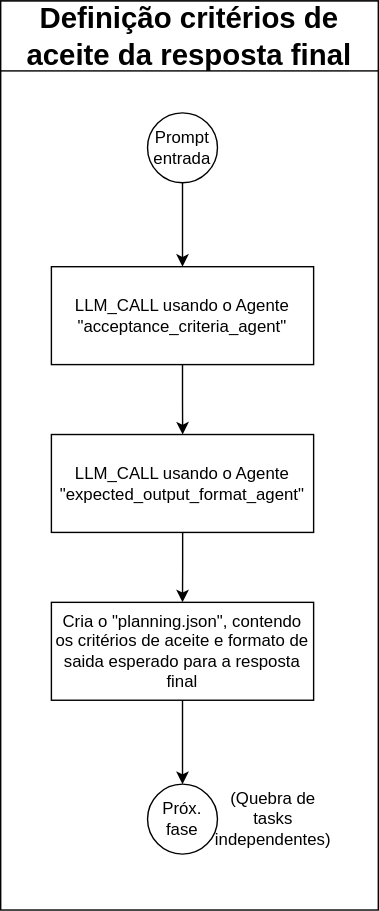
Earlier version of the draw.io export docs/entregas/paper_v2/diagrmas_svg/Definição critérios de aceite da resposta final.svg (TCC-FEI-Harness-IA/AI-Harness-Beyond-Software-Engineering). Source tidied: cells renumbered, new cells last; positions are measured from the earlier drawing's top-left corner, leaving out a move shared by most shapes. Its diagram source:
```xml
<mxGraphModel>
  <root>
    <mxCell id="0" />
    <mxCell id="1" parent="0" />
    <mxCell id="2" style="rounded=0;whiteSpace=wrap;html=1;fillColor=none;" parent="1" vertex="1">
      <mxGeometry width="270" height="650" as="geometry" />
    </mxCell>
    <mxCell id="3" value="&lt;b&gt;&lt;font style=&quot;font-size: 21px;&quot;&gt;Definição critérios de aceite da resposta final&lt;/font&gt;&lt;/b&gt;" style="rounded=0;whiteSpace=wrap;html=1;" parent="1" vertex="1">
      <mxGeometry width="270" height="50" as="geometry" />
    </mxCell>
    <mxCell id="4" style="edgeStyle=orthogonalEdgeStyle;rounded=0;jettySize=auto;html=1;" parent="1" edge="1" source="5">
      <mxGeometry relative="1" as="geometry">
        <mxPoint x="130" y="190" as="targetPoint" />
      </mxGeometry>
    </mxCell>
    <mxCell id="5" value="Prompt entrada" style="ellipse;whiteSpace=wrap;html=1;" parent="1" vertex="1">
      <mxGeometry x="105" y="80" width="50" height="50" as="geometry" />
    </mxCell>
    <mxCell id="6" style="edgeStyle=orthogonalEdgeStyle;rounded=0;jettySize=auto;html=1;" parent="1" edge="1" target="11">
      <mxGeometry relative="1" as="geometry">
        <mxPoint x="130" y="260" as="sourcePoint" />
      </mxGeometry>
    </mxCell>
    <mxCell id="7" style="edgeStyle=orthogonalEdgeStyle;rounded=0;jettySize=auto;html=1;" parent="1" edge="1" target="8">
      <mxGeometry relative="1" as="geometry">
        <mxPoint x="130" y="500" as="sourcePoint" />
      </mxGeometry>
    </mxCell>
    <mxCell id="8" value="Próx. fase" style="ellipse;whiteSpace=wrap;html=1;" parent="1" vertex="1">
      <mxGeometry x="105" y="560" width="50" height="50" as="geometry" />
    </mxCell>
    <mxCell id="9" value="(Quebra de tasks independentes)" style="text;html=1;whiteSpace=wrap;strokeColor=none;fillColor=none;align=center;verticalAlign=middle;rounded=0;" parent="1" vertex="1">
      <mxGeometry x="155" y="550" width="80" height="70" as="geometry" />
    </mxCell>
    <mxCell id="10" style="edgeStyle=orthogonalEdgeStyle;rounded=0;jettySize=auto;html=1;" parent="1" edge="1" source="11">
      <mxGeometry relative="1" as="geometry">
        <mxPoint x="130" y="430" as="targetPoint" />
      </mxGeometry>
    </mxCell>
    <mxCell id="11" value="LLM_CALL usando o Agente &quot;expected_output_format_agent&quot;" style="rounded=0;whiteSpace=wrap;html=1;" parent="1" vertex="1">
      <mxGeometry x="36.2" y="310" width="187.5" height="70" as="geometry" />
    </mxCell>
    <mxCell id="12" value="LLM_CALL usando o Agente &quot;acceptance_criteria_agent&quot;" style="rounded=0;whiteSpace=wrap;html=1;" parent="1" vertex="1">
      <mxGeometry x="36.2" y="190" width="187.5" height="70" as="geometry" />
    </mxCell>
    <mxCell id="13" value="Cria o &quot;&lt;span style=&quot;color: light-dark(rgb(0, 0, 0), rgb(255, 255, 255)); background-color: transparent; text-align: left;&quot;&gt;planning.json&lt;/span&gt;&lt;span style=&quot;color: light-dark(rgb(0, 0, 0), rgb(255, 255, 255)); background-color: transparent;&quot;&gt;&quot;, contendo os critérios de aceite e formato de saida esperado para a resposta final&lt;/span&gt;" style="rounded=0;whiteSpace=wrap;html=1;" parent="1" vertex="1">
      <mxGeometry x="36.2" y="430" width="187.5" height="70" as="geometry" />
    </mxCell>
  </root>
</mxGraphModel>
```
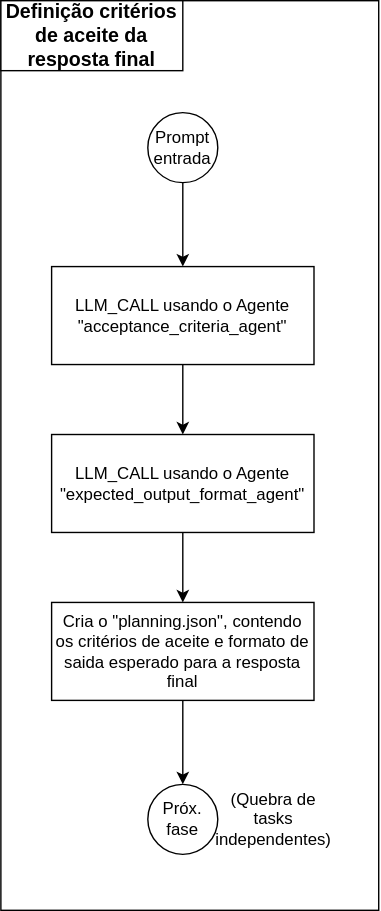
After the change.

What changed in the source:
```diff
@@ -2,41 +2,41 @@
   <root>
     <mxCell id="0" />
     <mxCell id="1" parent="0" />
-    <mxCell id="2" style="rounded=0;whiteSpace=wrap;html=1;fillColor=none;" parent="1" vertex="1">
-      <mxGeometry width="270" height="650" as="geometry" />
-    </mxCell>
+    <mxCell id="14" style="rounded=0;whiteSpace=wrap;html=1;fillColor=none;" parent="1" vertex="1">
+      <mxGeometry width="270" height="650" as="geometry" />
+    </mxCell>
-    <mxCell id="3" value="&lt;b&gt;&lt;font style=&quot;font-size: 21px;&quot;&gt;Definição critérios de aceite da resposta final&lt;/font&gt;&lt;/b&gt;" style="rounded=0;whiteSpace=wrap;html=1;" parent="1" vertex="1">
-      <mxGeometry width="270" height="50" as="geometry" />
+    <mxCell id="3" value="&lt;b&gt;&lt;font style=&quot;font-size: 14px;&quot;&gt;Definição critérios de aceite da resposta final&lt;/font&gt;&lt;/b&gt;" style="rounded=0;whiteSpace=wrap;html=1;" parent="1" vertex="1">
+      <mxGeometry width="130" height="50" as="geometry" />
     </mxCell>
-    <mxCell id="4" style="edgeStyle=orthogonalEdgeStyle;rounded=0;jettySize=auto;html=1;" parent="1" edge="1" source="5">
-      <mxGeometry relative="1" as="geometry">
-        <mxPoint x="130" y="190" as="targetPoint" />
-      </mxGeometry>
-    </mxCell>
+    <mxCell id="15" style="edgeStyle=orthogonalEdgeStyle;rounded=0;jettySize=auto;html=1;" parent="1" edge="1" source="5">
+      <mxGeometry relative="1" as="geometry">
+        <mxPoint x="130" y="190" as="targetPoint" />
+      </mxGeometry>
+    </mxCell>
     <mxCell id="5" value="Prompt entrada" style="ellipse;whiteSpace=wrap;html=1;" parent="1" vertex="1">
       <mxGeometry x="105" y="80" width="50" height="50" as="geometry" />
     </mxCell>
-    <mxCell id="6" style="edgeStyle=orthogonalEdgeStyle;rounded=0;jettySize=auto;html=1;" parent="1" edge="1" target="11">
-      <mxGeometry relative="1" as="geometry">
-        <mxPoint x="130" y="260" as="sourcePoint" />
-      </mxGeometry>
-    </mxCell>
-    <mxCell id="7" style="edgeStyle=orthogonalEdgeStyle;rounded=0;jettySize=auto;html=1;" parent="1" edge="1" target="8">
-      <mxGeometry relative="1" as="geometry">
-        <mxPoint x="130" y="500" as="sourcePoint" />
-      </mxGeometry>
-    </mxCell>
+    <mxCell id="16" style="edgeStyle=orthogonalEdgeStyle;rounded=0;jettySize=auto;html=1;" parent="1" edge="1" target="11">
+      <mxGeometry relative="1" as="geometry">
+        <mxPoint x="130" y="260" as="sourcePoint" />
+      </mxGeometry>
+    </mxCell>
+    <mxCell id="17" style="edgeStyle=orthogonalEdgeStyle;rounded=0;jettySize=auto;html=1;" parent="1" edge="1" target="8">
+      <mxGeometry relative="1" as="geometry">
+        <mxPoint x="130" y="500" as="sourcePoint" />
+      </mxGeometry>
+    </mxCell>
     <mxCell id="8" value="Próx. fase" style="ellipse;whiteSpace=wrap;html=1;" parent="1" vertex="1">
       <mxGeometry x="105" y="560" width="50" height="50" as="geometry" />
     </mxCell>
     <mxCell id="9" value="(Quebra de tasks independentes)" style="text;html=1;whiteSpace=wrap;strokeColor=none;fillColor=none;align=center;verticalAlign=middle;rounded=0;" parent="1" vertex="1">
       <mxGeometry x="155" y="550" width="80" height="70" as="geometry" />
     </mxCell>
-    <mxCell id="10" style="edgeStyle=orthogonalEdgeStyle;rounded=0;jettySize=auto;html=1;" parent="1" edge="1" source="11">
-      <mxGeometry relative="1" as="geometry">
-        <mxPoint x="130" y="430" as="targetPoint" />
-      </mxGeometry>
-    </mxCell>
+    <mxCell id="18" style="edgeStyle=orthogonalEdgeStyle;rounded=0;jettySize=auto;html=1;" parent="1" edge="1" source="11">
+      <mxGeometry relative="1" as="geometry">
+        <mxPoint x="130" y="430" as="targetPoint" />
+      </mxGeometry>
+    </mxCell>
     <mxCell id="11" value="LLM_CALL usando o Agente &quot;expected_output_format_agent&quot;" style="rounded=0;whiteSpace=wrap;html=1;" parent="1" vertex="1">
       <mxGeometry x="36.2" y="310" width="187.5" height="70" as="geometry" />
     </mxCell>
```
